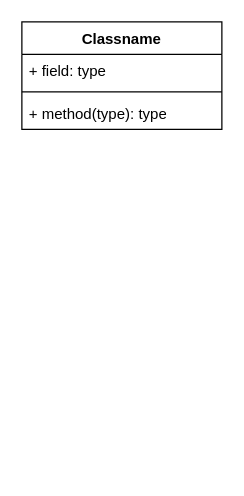
Before: _docs/Trimestre_3/05_Diagrama_de_Clases/Diagrama_de_Clases.drawio in AlejandroMadrigalDev/Sistema_Gestion_Servicios_Tecnicos, a draw.io diagram. Source tidied: cells renumbered, new cells numbered last; positions are measured from the earlier drawing's top-left corner, leaving out a move shared by most shapes. Both pictures are drawn from the tidied source at 125%, with x=0, y=0 at pixel (21, 21).
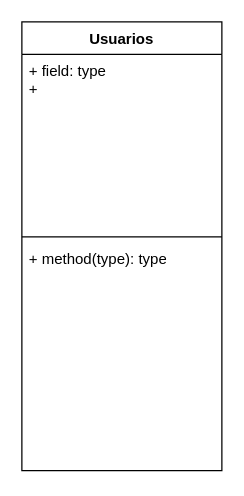
Above is the later version.

The edit, as a diff of the source:
```diff
@@
 <mxGraphModel>
   <root>
     <mxCell id="0" />
     <mxCell id="1" parent="0" />
-    <mxCell id="2" value="Classname" style="swimlane;fontStyle=1;align=center;verticalAlign=top;horizontal=1;startSize=26;whiteSpace=wrap;html=1;" parent="1" vertex="1">
-      <mxGeometry width="160" height="86" as="geometry" />
+    <mxCell id="2" value="Usuarios" style="swimlane;fontStyle=1;align=center;verticalAlign=top;horizontal=1;startSize=26;whiteSpace=wrap;html=1;" parent="1" vertex="1">
+      <mxGeometry width="160" height="359" as="geometry" />
     </mxCell>
-    <mxCell id="3" value="+ field: type" style="text;strokeColor=none;fillColor=none;align=left;verticalAlign=top;spacingLeft=4;spacingRight=4;overflow=hidden;whiteSpace=wrap;html=1;" parent="2" vertex="1">
-      <mxGeometry y="26" width="160" height="26" as="geometry" />
+    <mxCell id="3" value="+ field: type&lt;div&gt;+&amp;nbsp;&lt;/div&gt;" style="text;strokeColor=none;fillColor=none;align=left;verticalAlign=top;spacingLeft=4;spacingRight=4;overflow=hidden;whiteSpace=wrap;html=1;" parent="2" vertex="1">
+      <mxGeometry y="26" width="160" height="142" as="geometry" />
     </mxCell>
     <mxCell id="4" style="line;strokeWidth=1;fillColor=none;align=left;verticalAlign=middle;spacingTop=-1;spacingLeft=3;spacingRight=3;labelPosition=right;strokeColor=inherit;" parent="2" vertex="1">
-      <mxGeometry y="52" width="160" height="8" as="geometry" />
+      <mxGeometry y="168" width="160" height="8" as="geometry" />
     </mxCell>
     <mxCell id="5" value="+ method(type): type" style="text;strokeColor=none;fillColor=none;align=left;verticalAlign=top;spacingLeft=4;spacingRight=4;overflow=hidden;whiteSpace=wrap;html=1;" parent="2" vertex="1">
-      <mxGeometry y="60" width="160" height="26" as="geometry" />
+      <mxGeometry y="176" width="160" height="183" as="geometry" />
     </mxCell>
   </root>
 </mxGraphModel>
```
